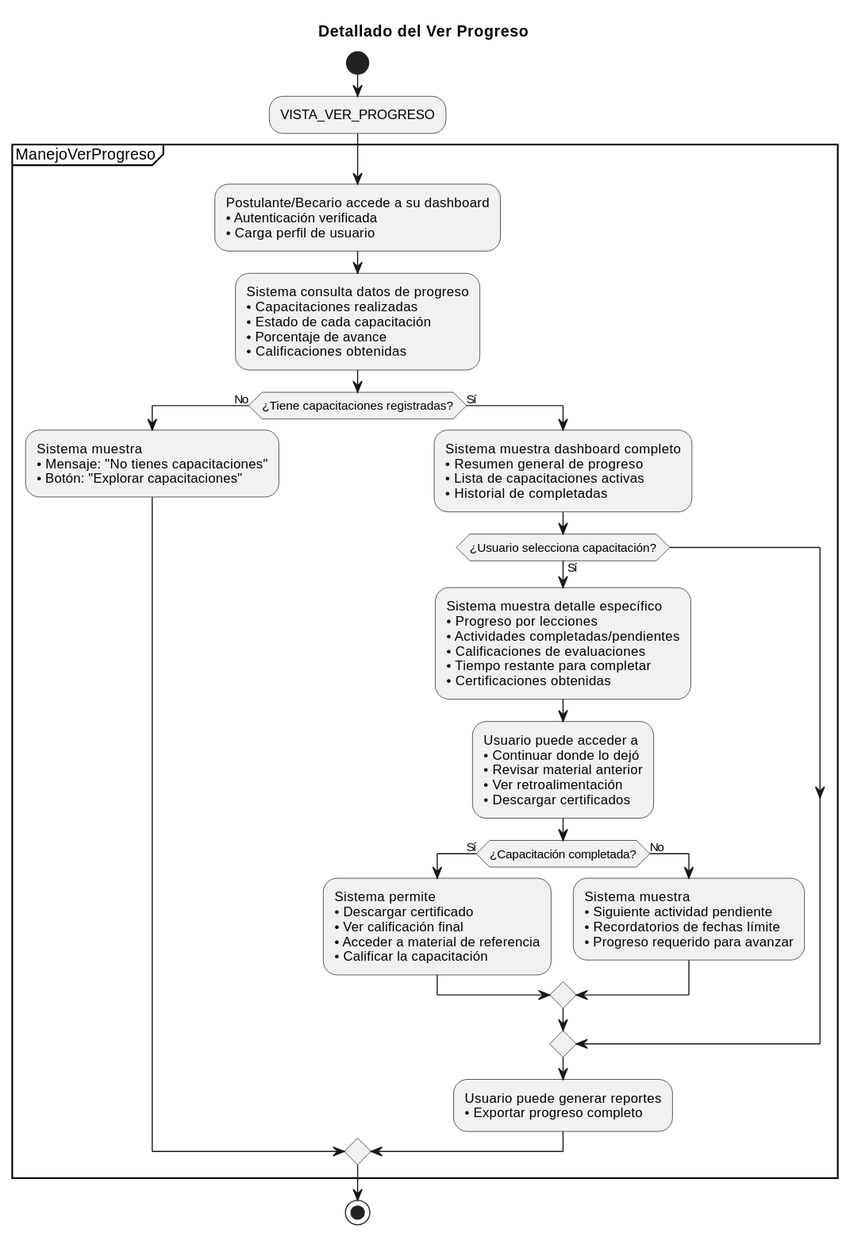
Before: documentos/imagenes/casos_de_uso/diagramas_casos_de_uso_detallados/ver_progreso.svg, a diagram exported from PlantUML (Dievex/24-25-IdSw1-SDR). Source of this version:
```plantuml
@startuml
title Detallado del Ver Progreso

start

:VISTA_VER_PROGRESO;

partition ManejoVerProgreso {

  :Postulante/Becario accede a su dashboard
  • Autenticación verificada
  • Carga perfil de usuario;


  :Sistema consulta datos de progreso
  • Capacitaciones realizadas
  • Estado de cada capacitación
  • Porcentaje de avance
  • Calificaciones obtenidas;

  if (¿Tiene capacitaciones registradas?) then (No)
    :Sistema muestra
    • Mensaje: "No tienes capacitaciones"
    • Botón: "Explorar capacitaciones";


  else (Sí)
    :Sistema muestra dashboard completo
    • Resumen general de progreso
    • Lista de capacitaciones activas
    • Historial de completadas;




    if (¿Usuario selecciona capacitación?) then (Sí)
      :Sistema muestra detalle específico
      • Progreso por lecciones
      • Actividades completadas/pendientes
      • Calificaciones de evaluaciones
      • Tiempo restante para completar
      • Certificaciones obtenidas;

      :Usuario puede acceder a
      • Continuar donde lo dejó
      • Revisar material anterior
      • Ver retroalimentación
      • Descargar certificados;

      if (¿Capacitación completada?) then (Sí)
        :Sistema permite
        • Descargar certificado
        • Ver calificación final
        • Acceder a material de referencia
        • Calificar la capacitación;

      else (No)
        :Sistema muestra
        • Siguiente actividad pendiente
        • Recordatorios de fechas límite
        • Progreso requerido para avanzar;

      endif

    endif

    :Usuario puede generar reportes
    • Exportar progreso completo;



  endif

}

stop
@enduml
```
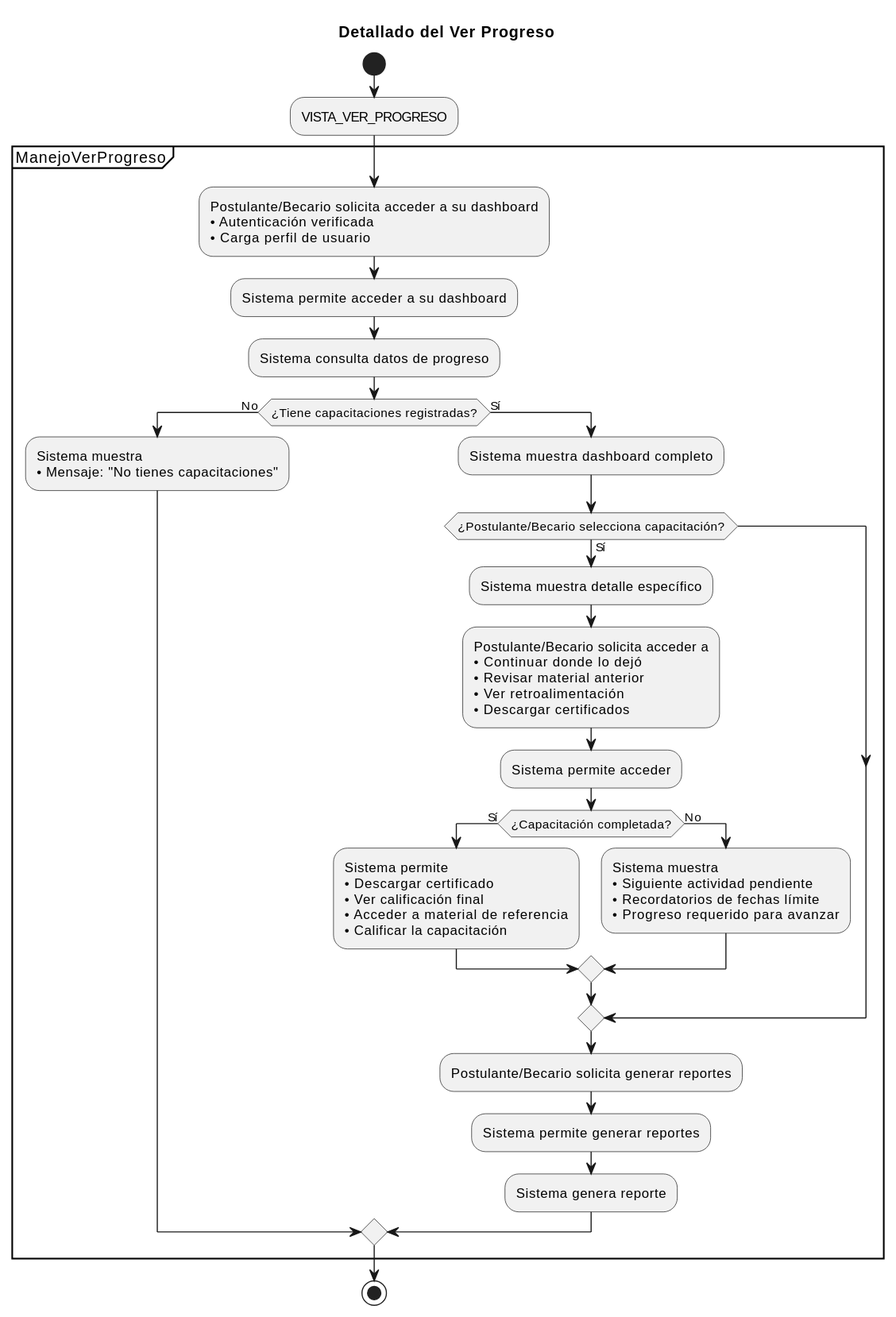
The same diagram one commit later.

What changed in the source:
```diff
@@ -7,45 +7,33 @@
 
 partition ManejoVerProgreso {
 
-  :Postulante/Becario accede a su dashboard
+  :Postulante/Becario solicita acceder a su dashboard
   • Autenticación verificada
   • Carga perfil de usuario;
 
+  :Sistema permite acceder a su dashboard;
 
-  :Sistema consulta datos de progreso
-  • Capacitaciones realizadas
-  • Estado de cada capacitación
-  • Porcentaje de avance
-  • Calificaciones obtenidas;
+  :Sistema consulta datos de progreso;
 
   if (¿Tiene capacitaciones registradas?) then (No)
     :Sistema muestra
-    • Mensaje: "No tienes capacitaciones"
-    • Botón: "Explorar capacitaciones";
+    • Mensaje: "No tienes capacitaciones";
 
 
   else (Sí)
-    :Sistema muestra dashboard completo
-    • Resumen general de progreso
-    • Lista de capacitaciones activas
-    • Historial de completadas;
+    :Sistema muestra dashboard completo;
 
 
+    if (¿Postulante/Becario selecciona capacitación?) then (Sí)
+      :Sistema muestra detalle específico;
 
-
-    if (¿Usuario selecciona capacitación?) then (Sí)
-      :Sistema muestra detalle específico
-      • Progreso por lecciones
-      • Actividades completadas/pendientes
-      • Calificaciones de evaluaciones
-      • Tiempo restante para completar
-      • Certificaciones obtenidas;
-
-      :Usuario puede acceder a
+      :Postulante/Becario solicita acceder a
       • Continuar donde lo dejó
       • Revisar material anterior
       • Ver retroalimentación
       • Descargar certificados;
+
+      :Sistema permite acceder;
 
       if (¿Capacitación completada?) then (Sí)
         :Sistema permite
@@ -64,8 +52,11 @@
 
     endif
 
-    :Usuario puede generar reportes
-    • Exportar progreso completo;
+    :Postulante/Becario solicita generar reportes;
+
+    :Sistema permite generar reportes;
+
+    :Sistema genera reporte;
 
 
 
```
